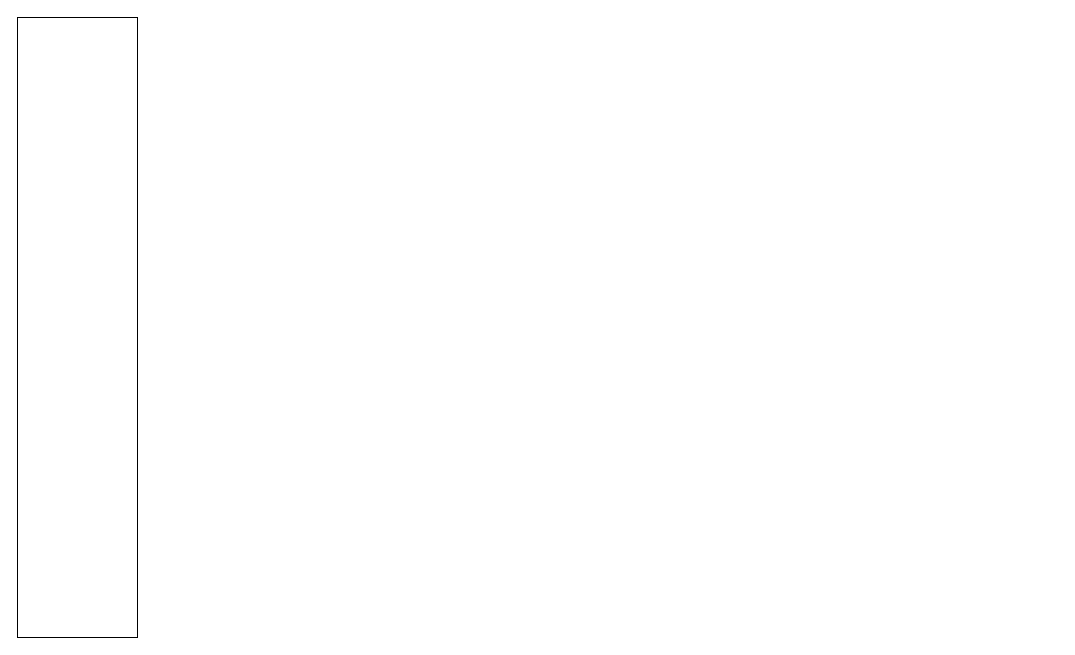
Above: 未命名绘图.drawio in qulongxiang/amis-editor-demo (draw.io), before the change. Source tidied: cells renumbered, new cells numbered last; positions are measured from the earlier drawing's top-left corner, leaving out a move shared by most shapes. Both pictures are drawn from the tidied source at 100%, with x=0, y=0 at pixel (17, 17).
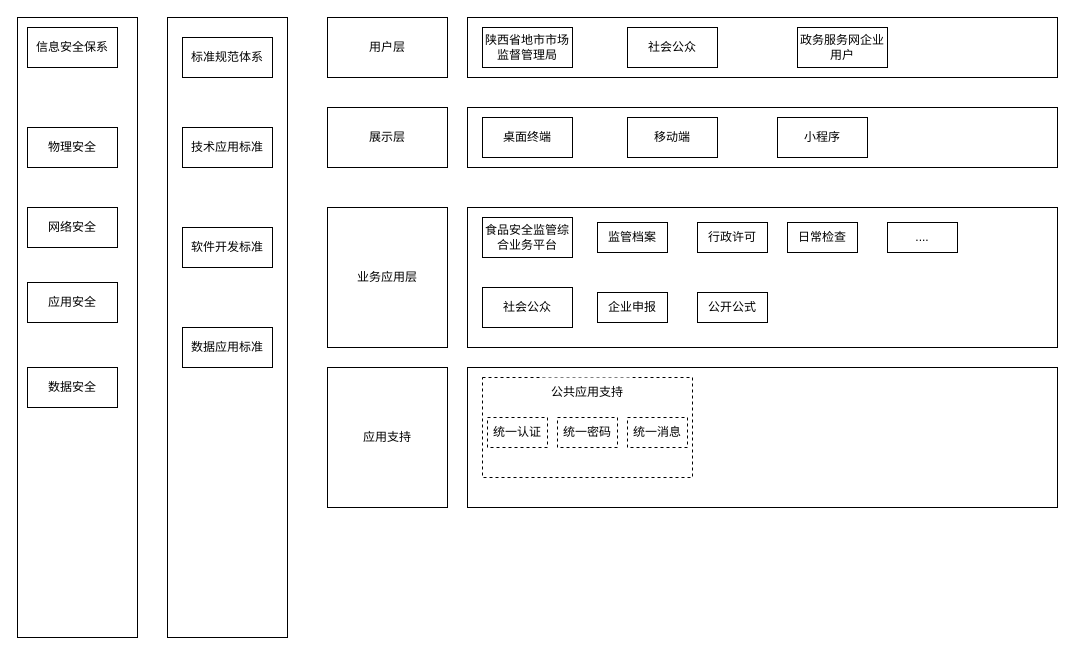
After the change.

Commit message (it also covers changes not shown here):
更新未命名绘图.drawio

What changed in the source:
```diff
@@
+    <mxCell id="3" value="信息安全保系" style="rounded=0;whiteSpace=wrap;html=1;" parent="1" vertex="1">
+      <mxGeometry x="10" y="10" width="90" height="40" as="geometry" />
+    </mxCell>
+    <mxCell id="4" value="物理安全" style="rounded=0;whiteSpace=wrap;html=1;" parent="1" vertex="1">
+      <mxGeometry x="10" y="110" width="90" height="40" as="geometry" />
+    </mxCell>
+    <mxCell id="5" value="网络安全" style="rounded=0;whiteSpace=wrap;html=1;" parent="1" vertex="1">
+      <mxGeometry x="10" y="190" width="90" height="40" as="geometry" />
+    </mxCell>
+    <mxCell id="6" value="应用安全" style="rounded=0;whiteSpace=wrap;html=1;" parent="1" vertex="1">
+      <mxGeometry x="10" y="265" width="90" height="40" as="geometry" />
+    </mxCell>
+    <mxCell id="7" value="数据安全" style="rounded=0;whiteSpace=wrap;html=1;" parent="1" vertex="1">
+      <mxGeometry x="10" y="350" width="90" height="40" as="geometry" />
+    </mxCell>
+    <mxCell id="8" style="rounded=0;whiteSpace=wrap;html=1;" parent="1" vertex="1">
+      <mxGeometry x="150" width="120" height="620" as="geometry" />
+    </mxCell>
+    <mxCell id="9" value="标准规范体系" style="rounded=0;whiteSpace=wrap;html=1;" parent="1" vertex="1">
+      <mxGeometry x="165" y="20" width="90" height="40" as="geometry" />
+    </mxCell>
+    <mxCell id="10" value="技术应用标准" style="rounded=0;whiteSpace=wrap;html=1;" parent="1" vertex="1">
+      <mxGeometry x="165" y="110" width="90" height="40" as="geometry" />
+    </mxCell>
+    <mxCell id="11" value="软件开发标准" style="rounded=0;whiteSpace=wrap;html=1;" parent="1" vertex="1">
+      <mxGeometry x="165" y="210" width="90" height="40" as="geometry" />
+    </mxCell>
+    <mxCell id="12" value="数据应用标准" style="rounded=0;whiteSpace=wrap;html=1;" parent="1" vertex="1">
+      <mxGeometry x="165" y="310" width="90" height="40" as="geometry" />
+    </mxCell>
+    <mxCell id="13" value="用户层" style="rounded=0;whiteSpace=wrap;html=1;" parent="1" vertex="1">
+      <mxGeometry x="310" width="120" height="60" as="geometry" />
+    </mxCell>
+    <mxCell id="14" style="rounded=0;whiteSpace=wrap;html=1;" parent="1" vertex="1">
+      <mxGeometry x="450" width="590" height="60" as="geometry" />
+    </mxCell>
+    <mxCell id="15" value="陕西省地市市场监督管理局" style="rounded=0;whiteSpace=wrap;html=1;" parent="1" vertex="1">
+      <mxGeometry x="465" y="10" width="90" height="40" as="geometry" />
+    </mxCell>
+    <mxCell id="16" value="社会公众" style="rounded=0;whiteSpace=wrap;html=1;" parent="1" vertex="1">
+      <mxGeometry x="610" y="10" width="90" height="40" as="geometry" />
+    </mxCell>
+    <mxCell id="17" value="政务服务网企业用户" style="rounded=0;whiteSpace=wrap;html=1;" parent="1" vertex="1">
+      <mxGeometry x="780" y="10" width="90" height="40" as="geometry" />
+    </mxCell>
+    <mxCell id="18" value="展示层" style="rounded=0;whiteSpace=wrap;html=1;" parent="1" vertex="1">
+      <mxGeometry x="310" y="90" width="120" height="60" as="geometry" />
+    </mxCell>
+    <mxCell id="19" style="rounded=0;whiteSpace=wrap;html=1;" parent="1" vertex="1">
+      <mxGeometry x="450" y="90" width="590" height="60" as="geometry" />
+    </mxCell>
+    <mxCell id="20" value="桌面终端" style="rounded=0;whiteSpace=wrap;html=1;" parent="1" vertex="1">
+      <mxGeometry x="465" y="100" width="90" height="40" as="geometry" />
+    </mxCell>
+    <mxCell id="21" value="移动端" style="rounded=0;whiteSpace=wrap;html=1;" parent="1" vertex="1">
+      <mxGeometry x="610" y="100" width="90" height="40" as="geometry" />
+    </mxCell>
+    <mxCell id="22" value="业务应用层" style="rounded=0;whiteSpace=wrap;html=1;" parent="1" vertex="1">
+      <mxGeometry x="310" y="190" width="120" height="140" as="geometry" />
+    </mxCell>
+    <mxCell id="23" style="rounded=0;whiteSpace=wrap;html=1;" parent="1" vertex="1">
+      <mxGeometry x="450" y="190" width="590" height="140" as="geometry" />
+    </mxCell>
+    <mxCell id="24" value="食品安全监管综合业务平台" style="rounded=0;whiteSpace=wrap;html=1;" parent="1" vertex="1">
+      <mxGeometry x="465" y="200" width="90" height="40" as="geometry" />
+    </mxCell>
+    <mxCell id="25" value="社会公众" style="rounded=0;whiteSpace=wrap;html=1;" parent="1" vertex="1">
+      <mxGeometry x="465" y="270" width="90" height="40" as="geometry" />
+    </mxCell>
+    <mxCell id="26" value="小程序" style="rounded=0;whiteSpace=wrap;html=1;" parent="1" vertex="1">
+      <mxGeometry x="760" y="100" width="90" height="40" as="geometry" />
+    </mxCell>
+    <mxCell id="27" value="监管档案" style="rounded=0;whiteSpace=wrap;html=1;" parent="1" vertex="1">
+      <mxGeometry x="580" y="205" width="70" height="30" as="geometry" />
+    </mxCell>
+    <mxCell id="28" value="行政许可" style="rounded=0;whiteSpace=wrap;html=1;" parent="1" vertex="1">
+      <mxGeometry x="680" y="205" width="70" height="30" as="geometry" />
+    </mxCell>
+    <mxCell id="29" value="日常检查" style="rounded=0;whiteSpace=wrap;html=1;" parent="1" vertex="1">
+      <mxGeometry x="770" y="205" width="70" height="30" as="geometry" />
+    </mxCell>
+    <mxCell id="30" value="...." style="rounded=0;whiteSpace=wrap;html=1;" parent="1" vertex="1">
+      <mxGeometry x="870" y="205" width="70" height="30" as="geometry" />
+    </mxCell>
+    <mxCell id="31" value="企业申报" style="rounded=0;whiteSpace=wrap;html=1;" parent="1" vertex="1">
+      <mxGeometry x="580" y="275" width="70" height="30" as="geometry" />
+    </mxCell>
+    <mxCell id="32" value="公开公式" style="rounded=0;whiteSpace=wrap;html=1;" parent="1" vertex="1">
+      <mxGeometry x="680" y="275" width="70" height="30" as="geometry" />
+    </mxCell>
+    <mxCell id="33" value="应用支持" style="rounded=0;whiteSpace=wrap;html=1;" parent="1" vertex="1">
+      <mxGeometry x="310" y="350" width="120" height="140" as="geometry" />
+    </mxCell>
+    <mxCell id="34" style="rounded=0;whiteSpace=wrap;html=1;" parent="1" vertex="1">
+      <mxGeometry x="450" y="350" width="590" height="140" as="geometry" />
+    </mxCell>
+    <mxCell id="35" style="rounded=0;whiteSpace=wrap;html=1;dashed=1;" parent="1" vertex="1">
+      <mxGeometry x="465" y="360" width="210" height="100" as="geometry" />
+    </mxCell>
+    <mxCell id="36" value="统一认证" style="rounded=0;whiteSpace=wrap;html=1;dashed=1;" parent="1" vertex="1">
+      <mxGeometry x="470" y="400" width="60" height="30" as="geometry" />
+    </mxCell>
+    <mxCell id="37" value="统一密码" style="rounded=0;whiteSpace=wrap;html=1;dashed=1;" parent="1" vertex="1">
+      <mxGeometry x="540" y="400" width="60" height="30" as="geometry" />
+    </mxCell>
+    <mxCell id="38" value="统一消息" style="rounded=0;whiteSpace=wrap;html=1;dashed=1;" parent="1" vertex="1">
+      <mxGeometry x="610" y="400" width="60" height="30" as="geometry" />
+    </mxCell>
+    <mxCell id="39" value="公共应用支持" style="rounded=0;whiteSpace=wrap;html=1;dashed=1;strokeColor=none;" parent="1" vertex="1">
+      <mxGeometry x="525" y="360" width="90" height="30" as="geometry" />
+    </mxCell>
```
